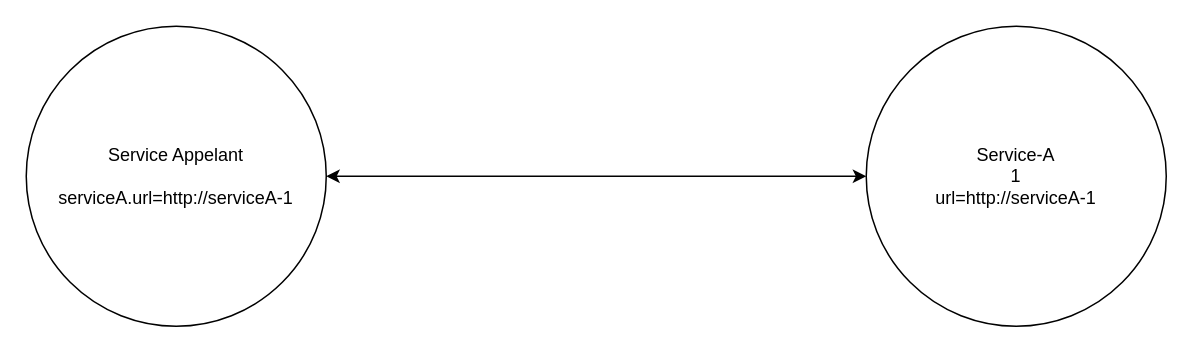
The draw.io diagram resources/sans-service-discovery-mono-instance.drawio in Zenika/quarkus-stork-service-discovery-example, before the edit. Source tidied: cells renumbered, new cells numbered last; positions are measured from the earlier drawing's top-left corner, leaving out a move shared by most shapes. Both pictures are drawn from the tidied source at 150%, with x=0, y=0 at pixel (26, 26).
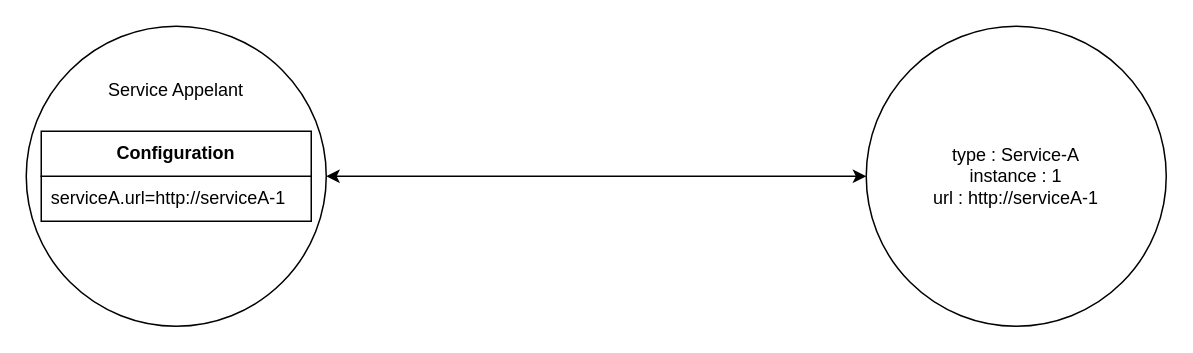
After the change.

The edit, as a diff of the source:
```diff
@@
 <mxGraphModel>
   <root>
     <mxCell id="0" />
     <mxCell id="1" parent="0" />
-    <mxCell id="2" value="Service-A&lt;br&gt;1&lt;br&gt;url=http://serviceA-1" style="ellipse;whiteSpace=wrap;html=1;" parent="1" vertex="1">
+    <mxCell id="2" value="type&amp;nbsp;&lt;span style=&quot;background-color: initial;&quot;&gt;: Service-A&lt;/span&gt;&lt;div&gt;instance : 1&lt;br&gt;url : http://serviceA-1&lt;/div&gt;" style="ellipse;whiteSpace=wrap;html=1;" parent="1" vertex="1">
       <mxGeometry x="560" width="200" height="200" as="geometry" />
     </mxCell>
     <mxCell id="3" style="rounded=0;jettySize=auto;html=1;exitX=1;exitY=0.5;exitDx=0;exitDy=0;entryX=0;entryY=0.5;entryDx=0;entryDy=0;startArrow=classic;startFill=1;" parent="1" edge="1" source="4" target="2">
       <mxGeometry relative="1" as="geometry" />
     </mxCell>
-    <mxCell id="4" value="Service Appelant&lt;br&gt;&lt;br&gt;&lt;div&gt;serviceA.url=http://serviceA-1&lt;/div&gt;" style="ellipse;whiteSpace=wrap;html=1;" parent="1" vertex="1">
+    <mxCell id="4" value="Service Appelant&lt;div&gt;&lt;br&gt;&lt;/div&gt;&lt;div&gt;&lt;br&gt;&lt;/div&gt;&lt;div&gt;&lt;br&gt;&lt;/div&gt;&lt;div&gt;&lt;br&gt;&lt;/div&gt;&lt;div&gt;&lt;br&gt;&lt;/div&gt;&lt;div&gt;&lt;br&gt;&lt;/div&gt;&lt;div&gt;&lt;br&gt;&lt;/div&gt;&lt;div&gt;&lt;br&gt;&lt;/div&gt;" style="ellipse;whiteSpace=wrap;html=1;" parent="1" vertex="1">
       <mxGeometry width="200" height="200" as="geometry" />
     </mxCell>
+    <mxCell id="5" style="group;" parent="1" vertex="1">
+      <mxGeometry x="10" y="70" width="180" height="60" as="geometry" />
+    </mxCell>
+    <mxCell id="6" value="serviceA.url=http://serviceA-1&amp;nbsp; &amp;nbsp;" style="rounded=0;whiteSpace=wrap;html=1;" parent="5" vertex="1">
+      <mxGeometry y="30" width="180" height="30" as="geometry" />
+    </mxCell>
+    <mxCell id="7" value="&lt;b&gt;Configuration&lt;/b&gt;" style="rounded=0;whiteSpace=wrap;html=1;" parent="5" vertex="1">
+      <mxGeometry width="180" height="30" as="geometry" />
+    </mxCell>
   </root>
 </mxGraphModel>
```
